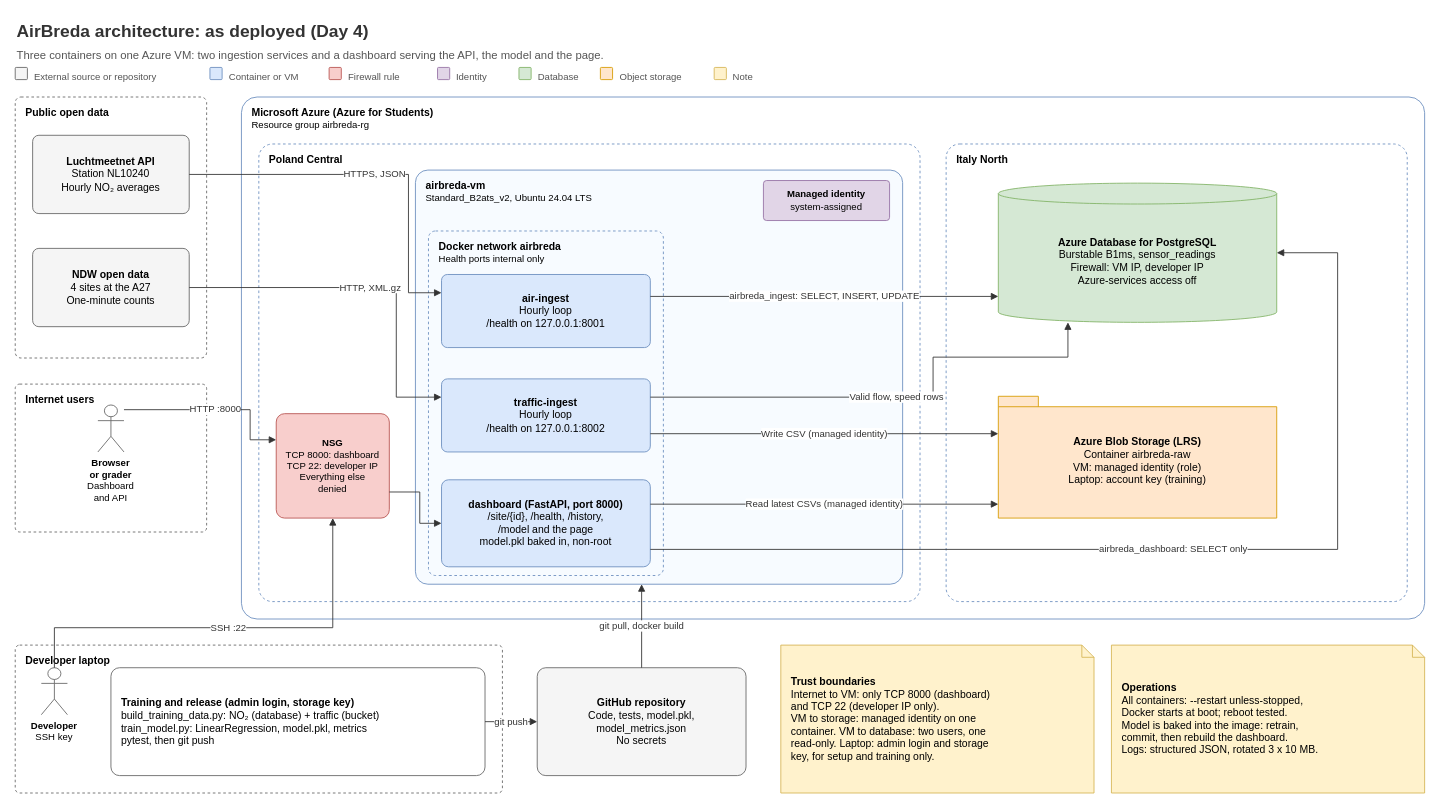
Before: docs/diagrams/architecture-final.drawio in RayaKichukova241329/airbreda, a draw.io diagram. Source tidied: cells renumbered, new cells numbered last; positions are measured from the earlier drawing's top-left corner, leaving out a move shared by most shapes. Both pictures are drawn from the tidied source at 87%, with x=0, y=0 at pixel (15, 15).
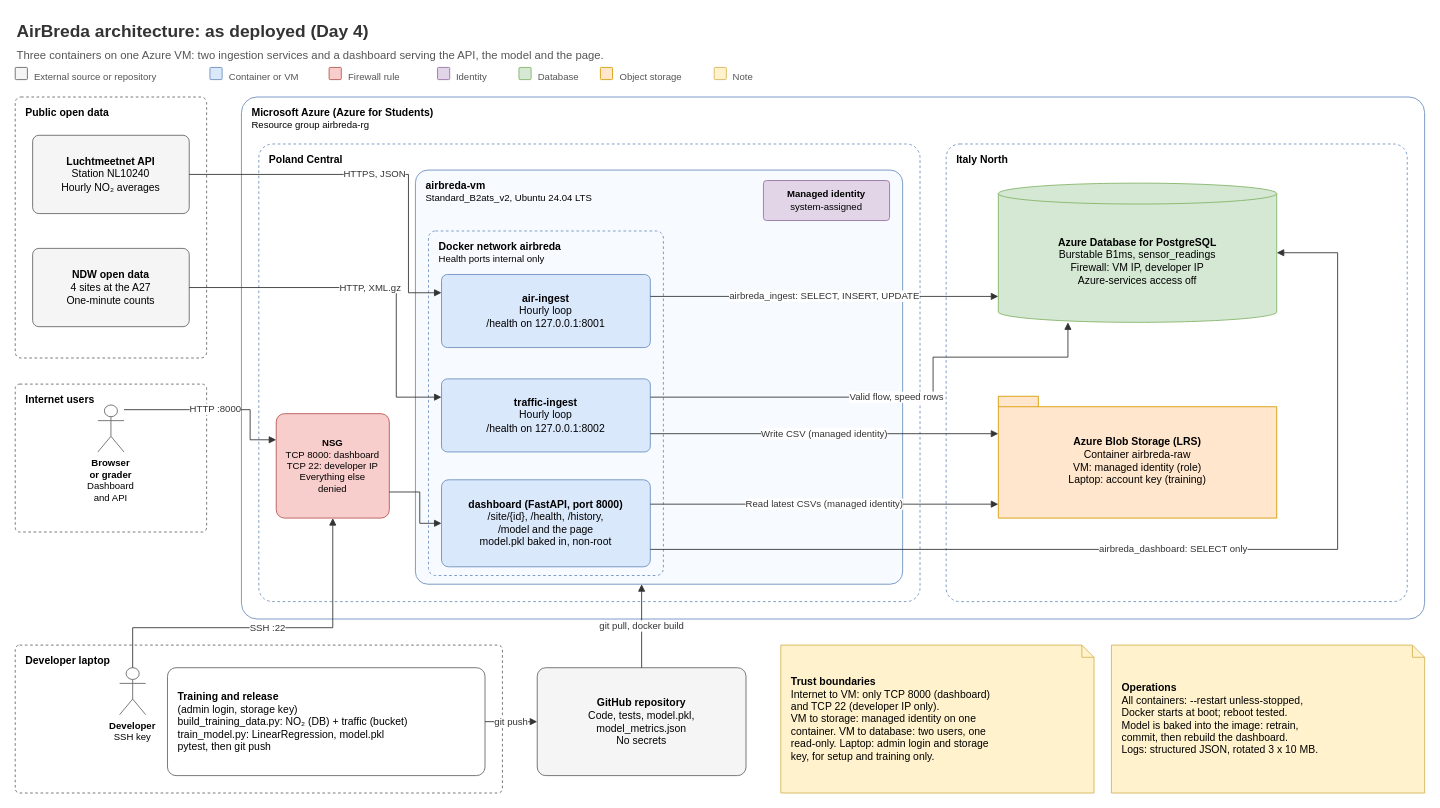
After the change.

Commit message (it also covers changes not shown here):
Add fixed arrow on a diagram

The change refers to these unchanged cells:
```xml
<mxCell id="25" value="&lt;b&gt;NSG&lt;/b&gt;&lt;br&gt;TCP 8000: dashboard&lt;br&gt;TCP 22: developer IP&lt;br&gt;Everything else&lt;br&gt;denied" style="rounded=1;arcSize=8;whiteSpace=wrap;html=1;fontFamily=Helvetica;fontSize=11;fillColor=#f8cecc;strokeColor=#b85450;strokeWidth=1;align=center;verticalAlign=middle;" parent="1" vertex="1">
  <mxGeometry x="300" y="458" width="130" height="120" as="geometry" />
</mxCell>
```

Change to the diagram source:
```diff
@@
     <mxCell id="36" value="&lt;b&gt;Developer&lt;/b&gt;&lt;br&gt;SSH key" style="shape=umlActor;verticalLabelPosition=bottom;verticalAlign=top;labelPosition=center;align=center;whiteSpace=wrap;html=1;fontFamily=Helvetica;fontSize=11;fillColor=#ffffff;strokeColor=#666666;strokeWidth=1;" parent="1" vertex="1">
-      <mxGeometry x="30" y="750" width="30" height="54" as="geometry" />
+      <mxGeometry x="120" y="750" width="30" height="54" as="geometry" />
     </mxCell>
-    <mxCell id="37" value="&lt;b&gt;Training and release (admin login, storage key)&lt;/b&gt;&lt;br&gt;build_training_data.py: NO₂ (database) + traffic (bucket)&lt;br&gt;train_model.py: LinearRegression, model.pkl, metrics&lt;br&gt;pytest, then git push" style="rounded=1;arcSize=8;whiteSpace=wrap;html=1;fontFamily=Helvetica;fontSize=12;fillColor=#ffffff;strokeColor=#666666;strokeWidth=1;align=left;verticalAlign=middle;spacingLeft=10;" parent="1" vertex="1">
-      <mxGeometry x="110" y="750" width="430" height="124" as="geometry" />
+    <mxCell id="37" value="&lt;b&gt;Training and release&lt;/b&gt;&lt;br&gt;(admin login, storage key)&lt;br&gt;build_training_data.py: NO₂ (DB) + traffic (bucket)&lt;br&gt;train_model.py: LinearRegression, model.pkl&lt;br&gt;pytest, then git push" style="rounded=1;arcSize=8;whiteSpace=wrap;html=1;fontFamily=Helvetica;fontSize=12;fillColor=#ffffff;strokeColor=#666666;strokeWidth=1;align=left;verticalAlign=middle;spacingLeft=10;" parent="1" vertex="1">
+      <mxGeometry x="175" y="750" width="365" height="124" as="geometry" />
     </mxCell>
@@
     <mxCell id="52" value="SSH :22" style="edgeStyle=orthogonalEdgeStyle;rounded=0;html=1;fontFamily=Helvetica;fontSize=11;strokeColor=#333333;fontColor=#333333;labelBackgroundColor=#ffffff;endArrow=block;endFill=1;exitX=0.5;exitY=0;exitDx=0;exitDy=0;entryX=0.5;entryY=1;entryDx=0;entryDy=0;" parent="1" edge="1" source="36" target="25">
       <mxGeometry relative="1" as="geometry">
         <Array as="points">
-          <mxPoint x="45" y="704" />
+          <mxPoint x="135" y="704" />
           <mxPoint x="365" y="704" />
         </Array>
       </mxGeometry>
     </mxCell>
```
